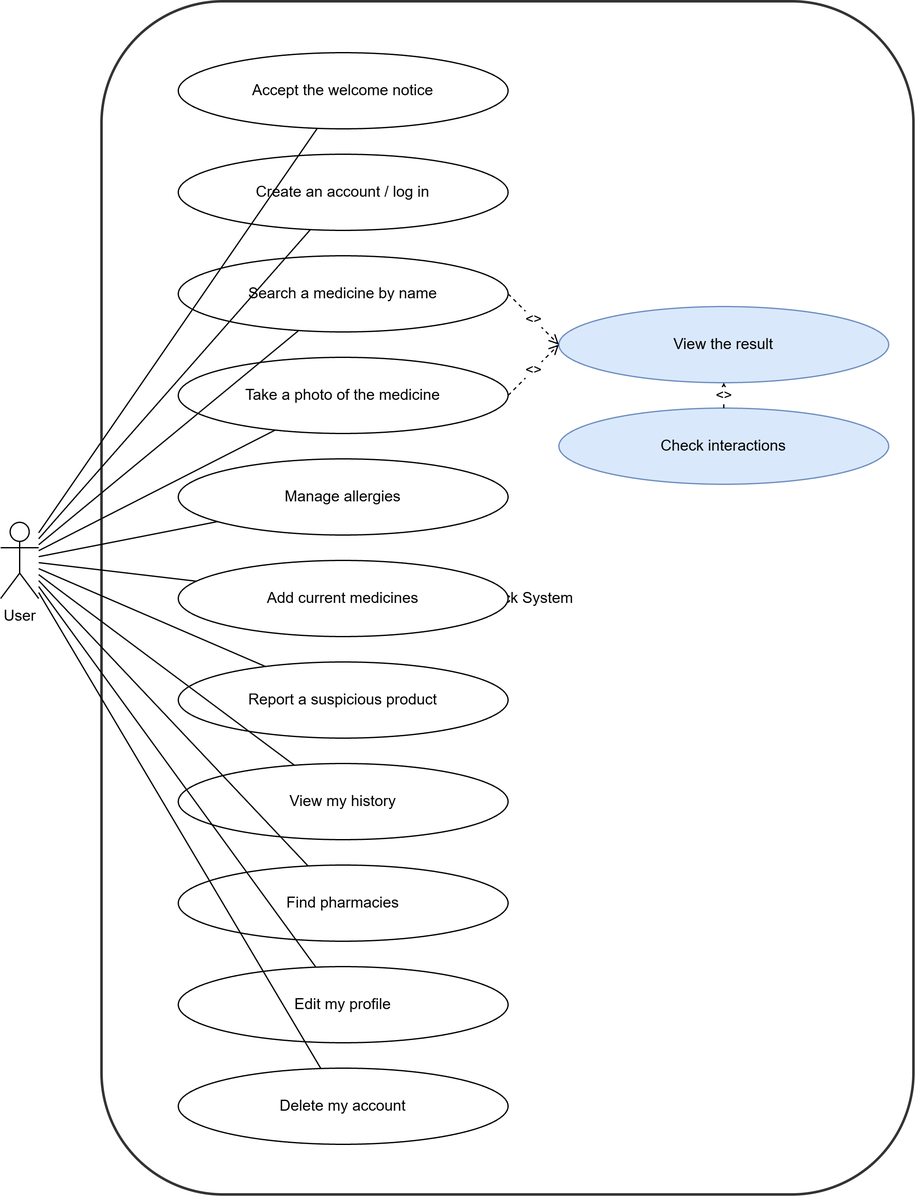
Above: docs/diagrams/use-case-diagram.png in DTounda/Foundation_Project_The_Sentinels (draw.io), before the change. Source tidied: cells renumbered, new cells last; positions are measured from the earlier drawing's top-left corner, leaving out a move shared by most shapes.
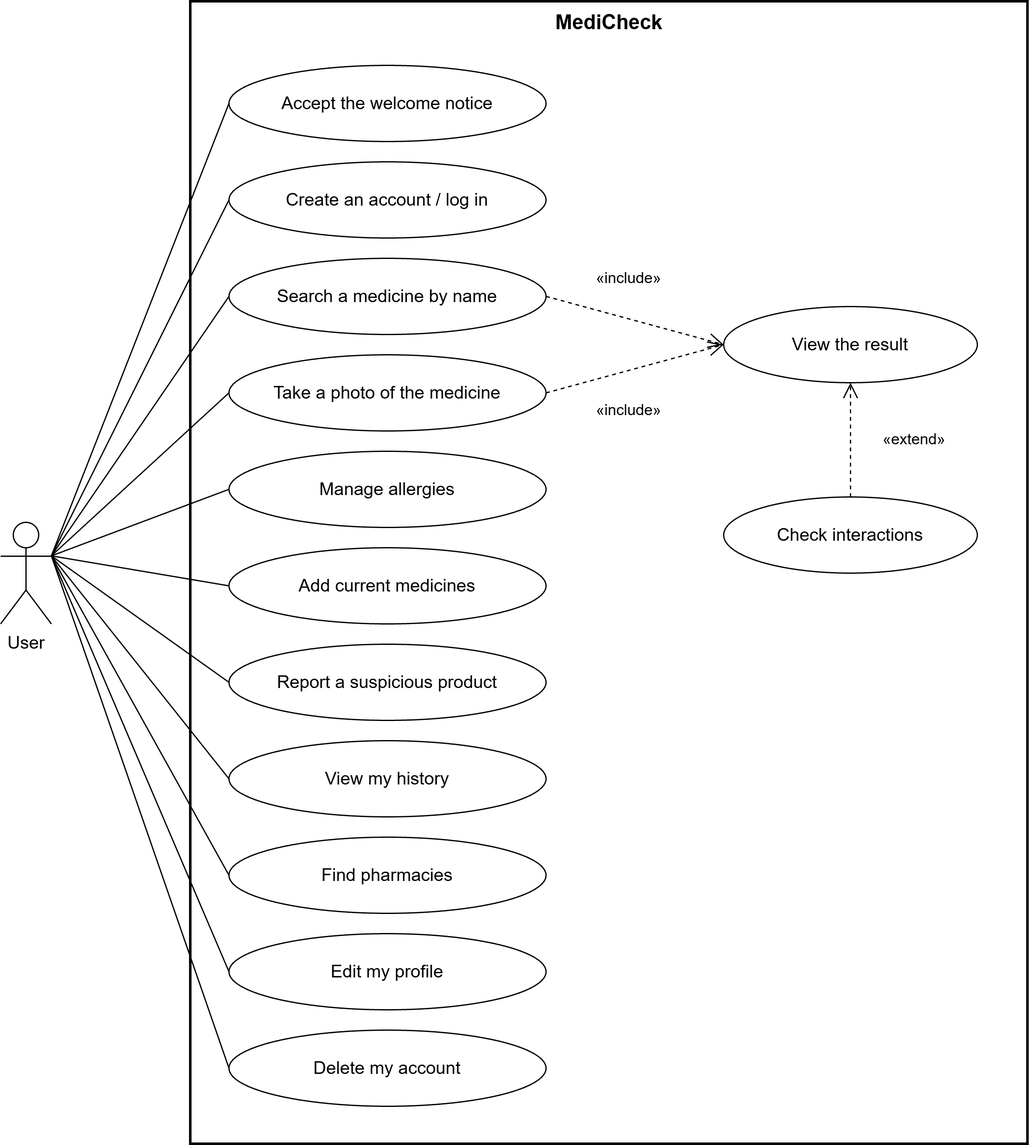
After the commit.

Commit message:
docs: redraw use case diagram (lines to left edge, fixed labels and title) and add editable .drawio

Change to the diagram source:
```diff
@@ -2,92 +2,101 @@
   <root>
     <mxCell id="0" />
     <mxCell id="1" parent="0" />
-    <mxCell id="2" value="MediCheck System" style="rounded=1;whiteSpace=wrap;html=1;fillColor=none;strokeColor=#333333;strokeWidth=2;dashed=0;" parent="1" vertex="1">
-      <mxGeometry x="80" width="640" height="940" as="geometry" />
-    </mxCell>
+    <mxCell id="31" value="MediCheck" style="rounded=0;whiteSpace=wrap;html=1;fillColor=none;verticalAlign=top;fontStyle=1;fontSize=16;strokeWidth=2;" parent="1" vertex="1">
+      <mxGeometry x="180" y="-20" width="660" height="900" as="geometry" />
+    </mxCell>
-    <mxCell id="3" value="User" style="shape=umlActor;verticalLabelPosition=bottom;verticalAlign=top;html=1;outlineConnect=0;" parent="1" vertex="1">
-      <mxGeometry y="410" width="30" height="60" as="geometry" />
+    <mxCell id="3" value="User" style="shape=umlActor;verticalLabelPosition=bottom;verticalAlign=top;html=1;outlineConnect=0;fontSize=14;" parent="1" vertex="1">
+      <mxGeometry x="30" y="390" width="40" height="80" as="geometry" />
     </mxCell>
-    <mxCell id="4" value="Accept the welcome notice" style="ellipse;whiteSpace=wrap;html=1;" parent="1" vertex="1">
-      <mxGeometry x="140" y="40" width="260" height="60" as="geometry" />
+    <mxCell id="4" value="Accept the welcome notice" style="ellipse;whiteSpace=wrap;html=1;fontSize=14;fillColor=#ffffff;strokeColor=#000000;" parent="1" vertex="1">
+      <mxGeometry x="210" y="30" width="250" height="60" as="geometry" />
     </mxCell>
-    <mxCell id="5" value="Create an account / log in" style="ellipse;whiteSpace=wrap;html=1;" parent="1" vertex="1">
-      <mxGeometry x="140" y="120" width="260" height="60" as="geometry" />
+    <mxCell id="5" value="Create an account / log in" style="ellipse;whiteSpace=wrap;html=1;fontSize=14;fillColor=#ffffff;strokeColor=#000000;" parent="1" vertex="1">
+      <mxGeometry x="210" y="106" width="250" height="60" as="geometry" />
     </mxCell>
-    <mxCell id="6" value="Search a medicine by name" style="ellipse;whiteSpace=wrap;html=1;" parent="1" vertex="1">
-      <mxGeometry x="140" y="200" width="260" height="60" as="geometry" />
+    <mxCell id="6" value="Search a medicine by name" style="ellipse;whiteSpace=wrap;html=1;fontSize=14;fillColor=#ffffff;strokeColor=#000000;" parent="1" vertex="1">
+      <mxGeometry x="210" y="182" width="250" height="60" as="geometry" />
     </mxCell>
-    <mxCell id="7" value="Take a photo of the medicine" style="ellipse;whiteSpace=wrap;html=1;" parent="1" vertex="1">
-      <mxGeometry x="140" y="280" width="260" height="60" as="geometry" />
+    <mxCell id="7" value="Take a photo of the medicine" style="ellipse;whiteSpace=wrap;html=1;fontSize=14;fillColor=#ffffff;strokeColor=#000000;" parent="1" vertex="1">
+      <mxGeometry x="210" y="258" width="250" height="60" as="geometry" />
     </mxCell>
-    <mxCell id="8" value="Manage allergies" style="ellipse;whiteSpace=wrap;html=1;" parent="1" vertex="1">
-      <mxGeometry x="140" y="360" width="260" height="60" as="geometry" />
+    <mxCell id="8" value="Manage allergies" style="ellipse;whiteSpace=wrap;html=1;fontSize=14;fillColor=#ffffff;strokeColor=#000000;" parent="1" vertex="1">
+      <mxGeometry x="210" y="334" width="250" height="60" as="geometry" />
     </mxCell>
-    <mxCell id="9" value="Add current medicines" style="ellipse;whiteSpace=wrap;html=1;" parent="1" vertex="1">
-      <mxGeometry x="140" y="440" width="260" height="60" as="geometry" />
+    <mxCell id="9" value="Add current medicines" style="ellipse;whiteSpace=wrap;html=1;fontSize=14;fillColor=#ffffff;strokeColor=#000000;" parent="1" vertex="1">
+      <mxGeometry x="210" y="410" width="250" height="60" as="geometry" />
     </mxCell>
-    <mxCell id="10" value="Report a suspicious product" style="ellipse;whiteSpace=wrap;html=1;" parent="1" vertex="1">
-      <mxGeometry x="140" y="520" width="260" height="60" as="geometry" />
+    <mxCell id="10" value="Report a suspicious product" style="ellipse;whiteSpace=wrap;html=1;fontSize=14;fillColor=#ffffff;strokeColor=#000000;" parent="1" vertex="1">
+      <mxGeometry x="210" y="486" width="250" height="60" as="geometry" />
     </mxCell>
-    <mxCell id="11" value="View my history" style="ellipse;whiteSpace=wrap;html=1;" parent="1" vertex="1">
-      <mxGeometry x="140" y="600" width="260" height="60" as="geometry" />
+    <mxCell id="11" value="View my history" style="ellipse;whiteSpace=wrap;html=1;fontSize=14;fillColor=#ffffff;strokeColor=#000000;" parent="1" vertex="1">
+      <mxGeometry x="210" y="562" width="250" height="60" as="geometry" />
     </mxCell>
-    <mxCell id="12" value="Find pharmacies" style="ellipse;whiteSpace=wrap;html=1;" parent="1" vertex="1">
-      <mxGeometry x="140" y="680" width="260" height="60" as="geometry" />
+    <mxCell id="12" value="Find pharmacies" style="ellipse;whiteSpace=wrap;html=1;fontSize=14;fillColor=#ffffff;strokeColor=#000000;" parent="1" vertex="1">
+      <mxGeometry x="210" y="638" width="250" height="60" as="geometry" />
     </mxCell>
-    <mxCell id="13" value="Edit my profile" style="ellipse;whiteSpace=wrap;html=1;" parent="1" vertex="1">
-      <mxGeometry x="140" y="760" width="260" height="60" as="geometry" />
+    <mxCell id="13" value="Edit my profile" style="ellipse;whiteSpace=wrap;html=1;fontSize=14;fillColor=#ffffff;strokeColor=#000000;" parent="1" vertex="1">
+      <mxGeometry x="210" y="714" width="250" height="60" as="geometry" />
     </mxCell>
-    <mxCell id="14" value="Delete my account" style="ellipse;whiteSpace=wrap;html=1;" parent="1" vertex="1">
-      <mxGeometry x="140" y="840" width="260" height="60" as="geometry" />
+    <mxCell id="14" value="Delete my account" style="ellipse;whiteSpace=wrap;html=1;fontSize=14;fillColor=#ffffff;strokeColor=#000000;" parent="1" vertex="1">
+      <mxGeometry x="210" y="790" width="250" height="60" as="geometry" />
     </mxCell>
-    <mxCell id="15" value="View the result" style="ellipse;whiteSpace=wrap;html=1;fillColor=#dae8fc;strokeColor=#6c8ebf;" parent="1" vertex="1">
-      <mxGeometry x="440" y="240" width="260" height="60" as="geometry" />
+    <mxCell id="15" value="View the result" style="ellipse;whiteSpace=wrap;html=1;fontSize=14;fillColor=#ffffff;strokeColor=#000000;" parent="1" vertex="1">
+      <mxGeometry x="600" y="220" width="200" height="60" as="geometry" />
     </mxCell>
-    <mxCell id="16" value="Check interactions" style="ellipse;whiteSpace=wrap;html=1;fillColor=#dae8fc;strokeColor=#6c8ebf;" parent="1" vertex="1">
-      <mxGeometry x="440" y="320" width="260" height="60" as="geometry" />
+    <mxCell id="16" value="Check interactions" style="ellipse;whiteSpace=wrap;html=1;fontSize=14;fillColor=#ffffff;strokeColor=#000000;" parent="1" vertex="1">
+      <mxGeometry x="600" y="370" width="200" height="60" as="geometry" />
     </mxCell>
-    <mxCell id="17" style="endArrow=none;html=1;rounded=0;" parent="1" edge="1" source="3" target="4">
+    <mxCell id="17" style="endArrow=none;html=1;rounded=0;exitX=1;exitY=0.33;exitPerimeter=0;entryX=0;entryY=0.5;entryPerimeter=0;" parent="1" edge="1" source="3" target="4">
       <mxGeometry relative="1" as="geometry" />
     </mxCell>
-    <mxCell id="18" style="endArrow=none;html=1;rounded=0;" parent="1" edge="1" source="3" target="5">
+    <mxCell id="18" style="endArrow=none;html=1;rounded=0;exitX=1;exitY=0.33;exitPerimeter=0;entryX=0;entryY=0.5;entryPerimeter=0;" parent="1" edge="1" source="3" target="5">
       <mxGeometry relative="1" as="geometry" />
     </mxCell>
-    <mxCell id="19" style="endArrow=none;html=1;rounded=0;" parent="1" edge="1" source="3" target="6">
+    <mxCell id="19" style="endArrow=none;html=1;rounded=0;exitX=1;exitY=0.33;exitPerimeter=0;entryX=0;entryY=0.5;entryPerimeter=0;" parent="1" edge="1" source="3" target="6">
       <mxGeometry relative="1" as="geometry" />
     </mxCell>
-    <mxCell id="20" style="endArrow=none;html=1;rounded=0;" parent="1" edge="1" source="3" target="7">
+    <mxCell id="20" style="endArrow=none;html=1;rounded=0;exitX=1;exitY=0.33;exitPerimeter=0;entryX=0;entryY=0.5;entryPerimeter=0;" parent="1" edge="1" source="3" target="7">
       <mxGeometry relative="1" as="geometry" />
     </mxCell>
-    <mxCell id="21" style="endArrow=none;html=1;rounded=0;" parent="1" edge="1" source="3" target="8">
+    <mxCell id="21" style="endArrow=none;html=1;rounded=0;exitX=1;exitY=0.33;exitPerimeter=0;entryX=0;entryY=0.5;entryPerimeter=0;" parent="1" edge="1" source="3" target="8">
       <mxGeometry relative="1" as="geometry" />
     </mxCell>
-    <mxCell id="22" style="endArrow=none;html=1;rounded=0;" parent="1" edge="1" source="3" target="9">
+    <mxCell id="22" style="endArrow=none;html=1;rounded=0;exitX=1;exitY=0.33;exitPerimeter=0;entryX=0;entryY=0.5;entryPerimeter=0;" parent="1" edge="1" source="3" target="9">
       <mxGeometry relative="1" as="geometry" />
     </mxCell>
-    <mxCell id="23" style="endArrow=none;html=1;rounded=0;" parent="1" edge="1" source="3" target="10">
+    <mxCell id="23" style="endArrow=none;html=1;rounded=0;exitX=1;exitY=0.33;exitPerimeter=0;entryX=0;entryY=0.5;entryPerimeter=0;" parent="1" edge="1" source="3" target="10">
       <mxGeometry relative="1" as="geometry" />
     </mxCell>
-    <mxCell id="24" style="endArrow=none;html=1;rounded=0;" parent="1" edge="1" source="3" target="11">
+    <mxCell id="24" style="endArrow=none;html=1;rounded=0;exitX=1;exitY=0.33;exitPerimeter=0;entryX=0;entryY=0.5;entryPerimeter=0;" parent="1" edge="1" source="3" target="11">
       <mxGeometry relative="1" as="geometry" />
     </mxCell>
-    <mxCell id="25" style="endArrow=none;html=1;rounded=0;" parent="1" edge="1" source="3" target="12">
+    <mxCell id="25" style="endArrow=none;html=1;rounded=0;exitX=1;exitY=0.33;exitPerimeter=0;entryX=0;entryY=0.5;entryPerimeter=0;" parent="1" edge="1" source="3" target="12">
       <mxGeometry relative="1" as="geometry" />
     </mxCell>
-    <mxCell id="26" style="endArrow=none;html=1;rounded=0;" parent="1" edge="1" source="3" target="13">
+    <mxCell id="26" style="endArrow=none;html=1;rounded=0;exitX=1;exitY=0.33;exitPerimeter=0;entryX=0;entryY=0.5;entryPerimeter=0;" parent="1" edge="1" source="3" target="13">
       <mxGeometry relative="1" as="geometry" />
     </mxCell>
-    <mxCell id="27" style="endArrow=none;html=1;rounded=0;" parent="1" edge="1" source="3" target="14">
+    <mxCell id="27" style="endArrow=none;html=1;rounded=0;exitX=1;exitY=0.33;exitPerimeter=0;entryX=0;entryY=0.5;entryPerimeter=0;" parent="1" edge="1" source="3" target="14">
       <mxGeometry relative="1" as="geometry" />
     </mxCell>
-    <mxCell id="28" value="&lt;&lt;include&gt;&gt;" style="endArrow=open;dashed=1;html=1;rounded=0;exitX=1;exitY=0.5;exitDx=0;exitDy=0;entryX=0;entryY=0.5;entryDx=0;entryDy=0;" parent="1" edge="1" source="6" target="15">
+    <mxCell id="28" style="endArrow=open;endSize=10;dashed=1;html=1;rounded=0;exitX=1;exitY=0.5;exitPerimeter=0;entryX=0;entryY=0.5;entryPerimeter=0;" parent="1" edge="1" source="6" target="15">
       <mxGeometry relative="1" as="geometry" />
     </mxCell>
-    <mxCell id="29" value="&lt;&lt;include&gt;&gt;" style="endArrow=open;dashed=1;html=1;rounded=0;exitX=1;exitY=0.5;exitDx=0;exitDy=0;entryX=0;entryY=0.5;entryDx=0;entryDy=0;" parent="1" edge="1" source="7" target="15">
+    <mxCell id="29" style="endArrow=open;endSize=10;dashed=1;html=1;rounded=0;exitX=1;exitY=0.5;exitPerimeter=0;entryX=0;entryY=0.5;entryPerimeter=0;" parent="1" edge="1" source="7" target="15">
       <mxGeometry relative="1" as="geometry" />
     </mxCell>
-    <mxCell id="30" value="&lt;&lt;extend&gt;&gt;" style="endArrow=open;dashed=1;html=1;rounded=0;exitX=0.5;exitY=0;exitDx=0;exitDy=0;entryX=0.5;entryY=1;entryDx=0;entryDy=0;" parent="1" edge="1" source="16" target="15">
+    <mxCell id="30" style="endArrow=open;endSize=10;dashed=1;html=1;rounded=0;exitX=0.5;exitY=0;exitPerimeter=0;entryX=0.5;entryY=1;entryPerimeter=0;" parent="1" edge="1" source="16" target="15">
       <mxGeometry relative="1" as="geometry" />
     </mxCell>
+    <mxCell id="32" value="«include»" style="text;html=1;align=center;verticalAlign=middle;strokeColor=none;fillColor=none;fontSize=12;" parent="1" vertex="1">
+      <mxGeometry x="485" y="188" width="80" height="20" as="geometry" />
+    </mxCell>
+    <mxCell id="33" value="«include»" style="text;html=1;align=center;verticalAlign=middle;strokeColor=none;fillColor=none;fontSize=12;" parent="1" vertex="1">
+      <mxGeometry x="485" y="292" width="80" height="20" as="geometry" />
+    </mxCell>
+    <mxCell id="34" value="«extend»" style="text;html=1;align=center;verticalAlign=middle;strokeColor=none;fillColor=none;fontSize=12;" parent="1" vertex="1">
+      <mxGeometry x="710" y="315" width="80" height="20" as="geometry" />
+    </mxCell>
   </root>
 </mxGraphModel>
```
